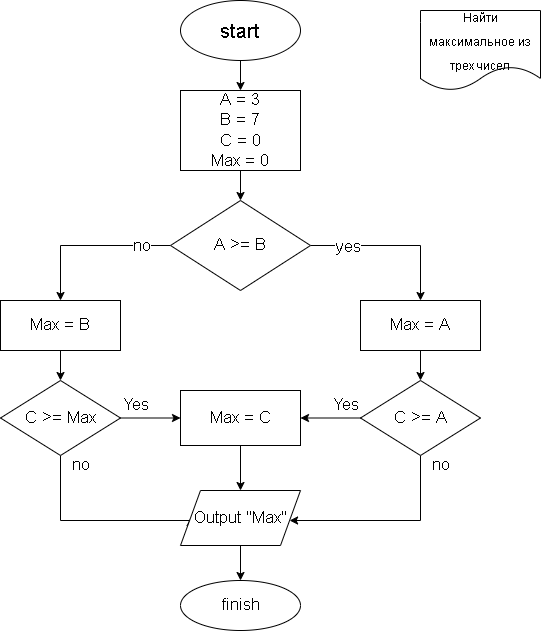
The draw.io diagram diagram.drawio.png in MaksimVS/TaskOneGit, before a commit. Source tidied: cells renumbered, new cells last; positions are measured from the earlier drawing's top-left corner, leaving out a move shared by most shapes.
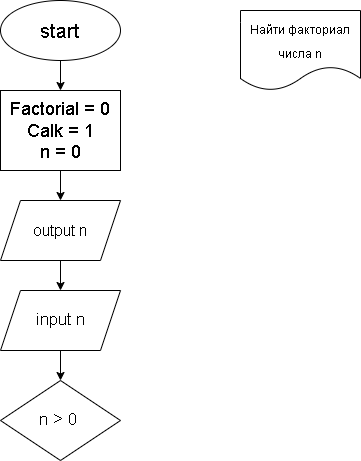
After the change.

Commit message:
Нарисовали блок-схему задачи в diagram.drawio.png

What changed in the source:
```diff
@@ -8,96 +8,29 @@
     <mxCell id="3" value="&lt;font style=&quot;font-size: 20px;&quot;&gt;start&lt;/font&gt;" style="ellipse;whiteSpace=wrap;html=1;" parent="1" vertex="1">
       <mxGeometry x="180" width="120" height="60" as="geometry" />
     </mxCell>
-    <mxCell id="4" value="&lt;font style=&quot;font-size: 12px;&quot;&gt;Найти максимальное из трех чисел&lt;/font&gt;" style="shape=document;whiteSpace=wrap;html=1;boundedLbl=1;fontSize=20;" parent="1" vertex="1">
+    <mxCell id="4" value="&lt;font style=&quot;font-size: 12px;&quot;&gt;Найти факториал числа n&lt;/font&gt;" style="shape=document;whiteSpace=wrap;html=1;boundedLbl=1;fontSize=20;" parent="1" vertex="1">
       <mxGeometry x="420" y="10" width="120" height="80" as="geometry" />
     </mxCell>
-    <mxCell id="5" style="edgeStyle=orthogonalEdgeStyle;rounded=0;jettySize=auto;html=1;fontSize=17;" parent="1" edge="1" source="6">
-      <mxGeometry relative="1" as="geometry">
-        <mxPoint x="240" y="200" as="targetPoint" />
-      </mxGeometry>
-    </mxCell>
+    <mxCell id="31" style="edgeStyle=none;html=1;fontSize=18;" parent="1" edge="1" source="6" target="30">
+      <mxGeometry relative="1" as="geometry" />
+    </mxCell>
-    <mxCell id="6" value="&lt;font style=&quot;font-size: 17px;&quot;&gt;A = 3&lt;br&gt;B = 7&lt;br&gt;C = 0&lt;br&gt;Max = 0&lt;/font&gt;" style="whiteSpace=wrap;html=1;fontSize=12;" parent="1" vertex="1">
+    <mxCell id="6" value="&lt;font style=&quot;font-size: 18px;&quot;&gt;Factorial = 0&lt;br&gt;Calk = 1&lt;br&gt;n = 0&lt;/font&gt;" style="whiteSpace=wrap;html=1;fontSize=12;" parent="1" vertex="1">
       <mxGeometry x="180" y="90" width="120" height="80" as="geometry" />
     </mxCell>
-    <mxCell id="7" style="edgeStyle=orthogonalEdgeStyle;rounded=0;jettySize=auto;html=1;fontSize=17;" parent="1" edge="1" source="11" target="15">
-      <mxGeometry relative="1" as="geometry" />
-    </mxCell>
-    <mxCell id="8" value="no" style="edgeLabel;html=1;align=center;verticalAlign=middle;fontSize=17;" parent="7" vertex="1">
-      <mxGeometry x="-0.64" relative="1" as="geometry" />
-    </mxCell>
-    <mxCell id="9" style="edgeStyle=orthogonalEdgeStyle;rounded=0;jettySize=auto;html=1;entryX=0.5;entryY=0;entryDx=0;entryDy=0;fontSize=17;" parent="1" edge="1" source="11" target="13">
-      <mxGeometry relative="1" as="geometry" />
-    </mxCell>
-    <mxCell id="10" value="yes" style="edgeLabel;html=1;align=center;verticalAlign=middle;fontSize=17;" parent="9" vertex="1">
-      <mxGeometry x="-0.56" y="-1" relative="1" as="geometry" />
-    </mxCell>
-    <mxCell id="11" value="A &amp;gt;= B" style="rhombus;whiteSpace=wrap;html=1;fontSize=17;" parent="1" vertex="1">
-      <mxGeometry x="170" y="200" width="140" height="90" as="geometry" />
-    </mxCell>
-    <mxCell id="12" style="edgeStyle=orthogonalEdgeStyle;rounded=0;jettySize=auto;html=1;fontSize=17;" parent="1" edge="1" source="13" target="18">
-      <mxGeometry relative="1" as="geometry" />
-    </mxCell>
-    <mxCell id="13" value="Max = A" style="whiteSpace=wrap;html=1;fontSize=17;" parent="1" vertex="1">
-      <mxGeometry x="360" y="300" width="120" height="50" as="geometry" />
-    </mxCell>
-    <mxCell id="14" style="edgeStyle=orthogonalEdgeStyle;rounded=0;jettySize=auto;html=1;fontSize=17;" parent="1" edge="1" source="15" target="22">
-      <mxGeometry relative="1" as="geometry" />
-    </mxCell>
-    <mxCell id="15" value="Max = B" style="whiteSpace=wrap;html=1;fontSize=17;" parent="1" vertex="1">
-      <mxGeometry y="300" width="120" height="50" as="geometry" />
-    </mxCell>
-    <mxCell id="16" style="edgeStyle=orthogonalEdgeStyle;rounded=0;jettySize=auto;html=1;fontSize=17;" parent="1" edge="1" source="18" target="24">
-      <mxGeometry relative="1" as="geometry" />
-    </mxCell>
-    <mxCell id="17" style="edgeStyle=orthogonalEdgeStyle;rounded=0;jettySize=auto;html=1;fontSize=17;" parent="1" edge="1" source="18" target="27">
-      <mxGeometry relative="1" as="geometry">
-        <Array as="points">
-          <mxPoint x="420" y="520" />
-        </Array>
-      </mxGeometry>
-    </mxCell>
-    <mxCell id="18" value="C &amp;gt;= A" style="rhombus;whiteSpace=wrap;html=1;fontSize=17;" parent="1" vertex="1">
-      <mxGeometry x="360" y="380" width="120" height="75" as="geometry" />
-    </mxCell>
-    <mxCell id="19" value="Yes" style="text;html=1;align=center;verticalAlign=middle;strokeColor=none;fillColor=none;fontSize=17;" parent="1" vertex="1">
-      <mxGeometry x="320" y="390" width="50" height="30" as="geometry" />
-    </mxCell>
-    <mxCell id="20" style="edgeStyle=orthogonalEdgeStyle;rounded=0;jettySize=auto;html=1;fontSize=17;" parent="1" edge="1" source="22" target="24">
-      <mxGeometry relative="1" as="geometry" />
-    </mxCell>
-    <mxCell id="21" style="edgeStyle=orthogonalEdgeStyle;rounded=0;jettySize=auto;html=1;entryX=0;entryY=0.5;entryDx=0;entryDy=0;fontSize=17;" parent="1" edge="1" source="22" target="27">
-      <mxGeometry relative="1" as="geometry">
-        <Array as="points">
-          <mxPoint x="60" y="520" />
-        </Array>
-      </mxGeometry>
-    </mxCell>
-    <mxCell id="22" value="C &amp;gt;= Max" style="rhombus;whiteSpace=wrap;html=1;fontSize=17;" parent="1" vertex="1">
-      <mxGeometry y="380" width="120" height="75" as="geometry" />
-    </mxCell>
-    <mxCell id="23" style="edgeStyle=orthogonalEdgeStyle;rounded=0;jettySize=auto;html=1;fontSize=17;" parent="1" edge="1" source="24" target="27">
-      <mxGeometry relative="1" as="geometry" />
-    </mxCell>
-    <mxCell id="24" value="Max = C" style="whiteSpace=wrap;html=1;fontSize=17;" parent="1" vertex="1">
-      <mxGeometry x="180" y="390" width="120" height="55" as="geometry" />
-    </mxCell>
-    <mxCell id="25" value="Yes" style="text;html=1;align=center;verticalAlign=middle;strokeColor=none;fillColor=none;fontSize=17;" parent="1" vertex="1">
-      <mxGeometry x="110" y="390" width="50" height="30" as="geometry" />
-    </mxCell>
-    <mxCell id="26" style="edgeStyle=orthogonalEdgeStyle;rounded=0;jettySize=auto;html=1;fontSize=17;" parent="1" edge="1" source="27" target="30">
-      <mxGeometry relative="1" as="geometry" />
-    </mxCell>
-    <mxCell id="27" value="Output &quot;Max&quot;" style="shape=parallelogram;perimeter=parallelogramPerimeter;whiteSpace=wrap;html=1;fixedSize=1;fontSize=17;" parent="1" vertex="1">
-      <mxGeometry x="180" y="490" width="120" height="55" as="geometry" />
-    </mxCell>
-    <mxCell id="28" value="no" style="text;html=1;align=center;verticalAlign=middle;strokeColor=none;fillColor=none;fontSize=17;" parent="1" vertex="1">
-      <mxGeometry x="60" y="450" width="40" height="30" as="geometry" />
-    </mxCell>
-    <mxCell id="29" value="no" style="text;html=1;align=center;verticalAlign=middle;strokeColor=none;fillColor=none;fontSize=17;" parent="1" vertex="1">
-      <mxGeometry x="420" y="450" width="40" height="30" as="geometry" />
-    </mxCell>
+    <mxCell id="32" style="edgeStyle=none;html=1;fontSize=16;" parent="1" edge="1" source="30" target="34">
+      <mxGeometry relative="1" as="geometry" />
+    </mxCell>
-    <mxCell id="30" value="finish" style="ellipse;whiteSpace=wrap;html=1;fontSize=17;" parent="1" vertex="1">
-      <mxGeometry x="180" y="580" width="120" height="50" as="geometry" />
+    <mxCell id="30" value="&lt;font style=&quot;font-size: 16px;&quot;&gt;output n&lt;/font&gt;" style="shape=parallelogram;perimeter=parallelogramPerimeter;whiteSpace=wrap;html=1;fixedSize=1;" parent="1" vertex="1">
+      <mxGeometry x="180" y="200" width="120" height="60" as="geometry" />
     </mxCell>
+    <mxCell id="33" style="edgeStyle=none;html=1;fontSize=17;" parent="1" edge="1" source="34" target="35">
+      <mxGeometry relative="1" as="geometry" />
+    </mxCell>
+    <mxCell id="34" value="&lt;font style=&quot;font-size: 17px;&quot;&gt;input n&lt;/font&gt;" style="shape=parallelogram;perimeter=parallelogramPerimeter;whiteSpace=wrap;html=1;fixedSize=1;" parent="1" vertex="1">
+      <mxGeometry x="180" y="290" width="120" height="60" as="geometry" />
+    </mxCell>
+    <mxCell id="35" value="&lt;font style=&quot;font-size: 17px;&quot;&gt;n &amp;gt; 0&amp;nbsp;&lt;/font&gt;" style="rhombus;whiteSpace=wrap;html=1;" parent="1" vertex="1">
+      <mxGeometry x="180" y="380" width="120" height="80" as="geometry" />
+    </mxCell>
   </root>
 </mxGraphModel>
```
